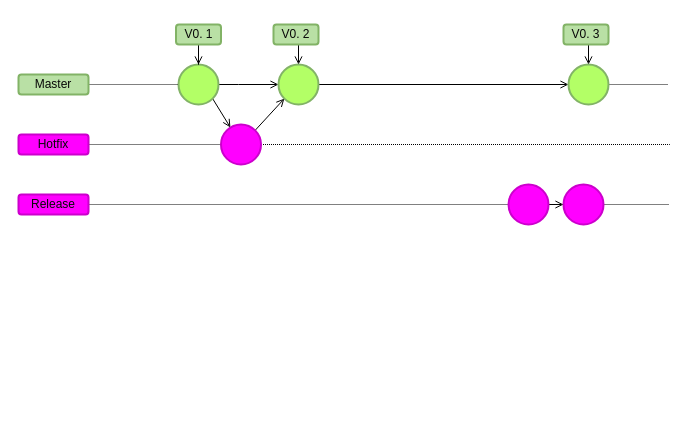
Earlier version of the draw.io diagram page "Page-2" (2 of 2) of Untitled Diagram.drawio (QuocDu2143515/Demo). Source tidied: cells renumbered, new cells numbered last; positions are measured from the earlier drawing's top-left corner, leaving out a move shared by most shapes. Both pictures are drawn from the tidied source at 100%, with x=0, y=0 at pixel (18, 24).
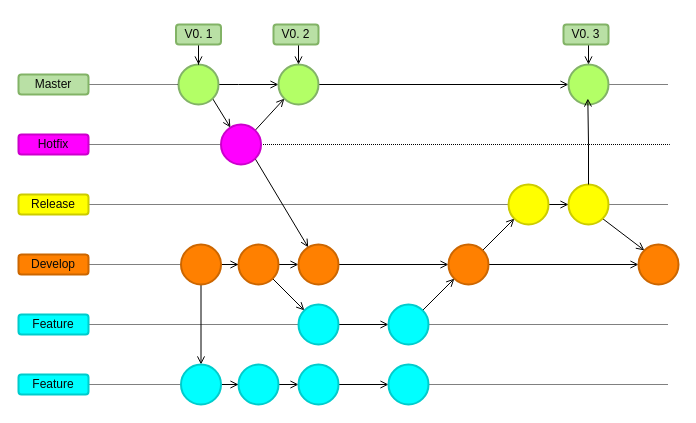
After the change.

Unchanged cells that the change refers to:
```xml
<mxCell id="15" style="ellipse;whiteSpace=wrap;html=1;fillColor=#B3FF66;strokeColor=#82B366;strokeWidth=2;" parent="1" vertex="1">
  <mxGeometry x="550" y="40" width="40" height="40" as="geometry" />
</mxCell>
<mxCell id="23" style="ellipse;whiteSpace=wrap;html=1;fillColor=#FF00FF;strokeColor=#CC00CC;strokeWidth=2;fontColor=#080808;rounded=1;shadow=0;gradientColor=none;gradientDirection=north;glass=0;fillStyle=auto;" parent="1" vertex="1">
  <mxGeometry x="202.5" y="100" width="40" height="40" as="geometry" />
</mxCell>
```

Diff of the diagram source:
```diff
@@
+    <mxCell id="30" style="rounded=0;jettySize=auto;html=1;exitX=1;exitY=1;exitDx=0;exitDy=0;endArrow=open;endFill=0;" parent="1" edge="1" source="23" target="42">
+      <mxGeometry relative="1" as="geometry" />
+    </mxCell>
@@
-    <mxCell id="25" value="Release" style="rounded=1;whiteSpace=wrap;html=1;fillColor=#FF00FF;strokeColor=#CC00CC;shadow=0;fontColor=#080808;gradientColor=none;gradientDirection=north;glass=0;fillStyle=auto;strokeWidth=2;" parent="1" vertex="1">
+    <mxCell id="25" value="Release" style="rounded=1;whiteSpace=wrap;html=1;fillColor=#FFFF00;strokeColor=#CCCC00;shadow=0;fontColor=#080808;gradientColor=none;gradientDirection=north;glass=0;fillStyle=auto;strokeWidth=2;" parent="1" vertex="1">
       <mxGeometry y="170" width="70" height="20" as="geometry" />
     </mxCell>
@@
+    <mxCell id="31" style="rounded=0;jettySize=auto;html=1;exitX=1;exitY=1;exitDx=0;exitDy=0;entryX=0;entryY=0;entryDx=0;entryDy=0;endArrow=open;endFill=0;" parent="1" edge="1" source="27" target="46">
+      <mxGeometry relative="1" as="geometry" />
+    </mxCell>
-    <mxCell id="27" style="ellipse;whiteSpace=wrap;html=1;fillColor=#FF00FF;strokeColor=#CC00CC;strokeWidth=2;fontColor=#080808;rounded=1;shadow=0;gradientColor=none;gradientDirection=north;glass=0;fillStyle=auto;" parent="1" vertex="1">
-      <mxGeometry x="545" y="160" width="40" height="40" as="geometry" />
+    <mxCell id="27" style="ellipse;whiteSpace=wrap;html=1;fillColor=#FFFF00;strokeColor=#CCCC00;strokeWidth=2;fontColor=#080808;rounded=1;shadow=0;gradientColor=none;gradientDirection=north;glass=0;fillStyle=auto;" parent="1" vertex="1">
+      <mxGeometry x="550" y="160" width="40" height="40" as="geometry" />
     </mxCell>
@@
-    <mxCell id="29" style="ellipse;whiteSpace=wrap;html=1;fillColor=#FF00FF;strokeColor=#CC00CC;strokeWidth=2;fontColor=#080808;rounded=1;shadow=0;gradientColor=none;gradientDirection=north;glass=0;fillStyle=auto;" parent="1" vertex="1">
+    <mxCell id="29" style="ellipse;whiteSpace=wrap;html=1;fillColor=#FFFF00;strokeColor=#CCCC00;strokeWidth=2;fontColor=#080808;rounded=1;shadow=0;gradientColor=none;gradientDirection=north;glass=0;fillStyle=auto;" parent="1" vertex="1">
       <mxGeometry x="490" y="160" width="40" height="40" as="geometry" />
     </mxCell>
+    <mxCell id="32" style="edgeStyle=orthogonalEdgeStyle;rounded=0;jettySize=auto;html=1;exitX=0.5;exitY=0;exitDx=0;exitDy=0;entryX=0.483;entryY=0.85;entryDx=0;entryDy=0;entryPerimeter=0;endArrow=open;endFill=0;" parent="1" edge="1" source="27" target="15">
+      <mxGeometry relative="1" as="geometry" />
+    </mxCell>
+    <mxCell id="33" style="edgeStyle=orthogonalEdgeStyle;rounded=0;jettySize=auto;html=1;exitX=1;exitY=0.5;exitDx=0;exitDy=0;entryX=0;entryY=0.5;entryDx=0;entryDy=0;endArrow=none;dashed=1;dashPattern=1 1;endFill=0;" parent="1" edge="1" source="34" target="37">
+      <mxGeometry relative="1" as="geometry" />
+    </mxCell>
+    <mxCell id="34" value="Develop" style="rounded=1;whiteSpace=wrap;html=1;fillColor=#FF8000;strokeColor=#CC6600;shadow=0;fontColor=#080808;gradientColor=none;gradientDirection=north;glass=0;fillStyle=auto;strokeWidth=2;" parent="1" vertex="1">
+      <mxGeometry y="230" width="70" height="20" as="geometry" />
+    </mxCell>
+    <mxCell id="35" style="edgeStyle=orthogonalEdgeStyle;rounded=0;jettySize=auto;html=1;exitX=1;exitY=0.5;exitDx=0;exitDy=0;endArrow=open;endFill=0;" parent="1" edge="1" source="37" target="40">
+      <mxGeometry relative="1" as="geometry" />
+    </mxCell>
+    <mxCell id="36" style="edgeStyle=orthogonalEdgeStyle;rounded=0;jettySize=auto;html=1;exitX=0.5;exitY=1;exitDx=0;exitDy=0;entryX=0.5;entryY=0;entryDx=0;entryDy=0;endArrow=open;endFill=0;" parent="1" edge="1" source="37" target="57">
+      <mxGeometry relative="1" as="geometry" />
+    </mxCell>
+    <mxCell id="37" style="ellipse;whiteSpace=wrap;html=1;fillColor=#FF8000;strokeColor=#CC6600;strokeWidth=2;fontColor=#080808;rounded=1;shadow=0;gradientColor=none;gradientDirection=north;glass=0;fillStyle=auto;" parent="1" vertex="1">
+      <mxGeometry x="162.5" y="220" width="40" height="40" as="geometry" />
+    </mxCell>
+    <mxCell id="38" style="edgeStyle=orthogonalEdgeStyle;rounded=0;jettySize=auto;html=1;exitX=1;exitY=0.5;exitDx=0;exitDy=0;entryX=0;entryY=0.5;entryDx=0;entryDy=0;endArrow=open;endFill=0;" parent="1" edge="1" source="40" target="42">
+      <mxGeometry relative="1" as="geometry" />
+    </mxCell>
+    <mxCell id="39" style="rounded=0;jettySize=auto;html=1;exitX=1;exitY=1;exitDx=0;exitDy=0;entryX=0;entryY=0;entryDx=0;entryDy=0;endArrow=open;endFill=0;" parent="1" edge="1" source="40" target="50">
+      <mxGeometry relative="1" as="geometry" />
+    </mxCell>
+    <mxCell id="40" style="ellipse;whiteSpace=wrap;html=1;fillColor=#FF8000;strokeColor=#CC6600;strokeWidth=2;fontColor=#080808;rounded=1;shadow=0;gradientColor=none;gradientDirection=north;glass=0;fillStyle=auto;" parent="1" vertex="1">
+      <mxGeometry x="220" y="220" width="40" height="40" as="geometry" />
+    </mxCell>
+    <mxCell id="41" style="edgeStyle=orthogonalEdgeStyle;rounded=0;jettySize=auto;html=1;exitX=1;exitY=0.5;exitDx=0;exitDy=0;entryX=0;entryY=0.5;entryDx=0;entryDy=0;endArrow=open;endFill=0;" parent="1" edge="1" source="42" target="45">
+      <mxGeometry relative="1" as="geometry" />
+    </mxCell>
+    <mxCell id="42" style="ellipse;whiteSpace=wrap;html=1;fillColor=#FF8000;strokeColor=#CC6600;strokeWidth=2;fontColor=#080808;rounded=1;shadow=0;gradientColor=none;gradientDirection=north;glass=0;fillStyle=auto;" parent="1" vertex="1">
+      <mxGeometry x="280" y="220" width="40" height="40" as="geometry" />
+    </mxCell>
+    <mxCell id="43" style="edgeStyle=orthogonalEdgeStyle;rounded=0;jettySize=auto;html=1;exitX=1;exitY=0.5;exitDx=0;exitDy=0;entryX=0;entryY=0.5;entryDx=0;entryDy=0;endArrow=open;endFill=0;" parent="1" edge="1" source="45" target="46">
+      <mxGeometry relative="1" as="geometry" />
+    </mxCell>
+    <mxCell id="44" style="rounded=0;jettySize=auto;html=1;exitX=1;exitY=0;exitDx=0;exitDy=0;entryX=0;entryY=1;entryDx=0;entryDy=0;endArrow=open;endFill=0;" parent="1" edge="1" source="45" target="29">
+      <mxGeometry relative="1" as="geometry" />
+    </mxCell>
+    <mxCell id="45" style="ellipse;whiteSpace=wrap;html=1;fillColor=#FF8000;strokeColor=#CC6600;strokeWidth=2;fontColor=#080808;rounded=1;shadow=0;gradientColor=none;gradientDirection=north;glass=0;fillStyle=auto;" parent="1" vertex="1">
+      <mxGeometry x="430" y="220" width="40" height="40" as="geometry" />
+    </mxCell>
+    <mxCell id="46" style="ellipse;whiteSpace=wrap;html=1;fillColor=#FF8000;strokeColor=#CC6600;strokeWidth=2;fontColor=#080808;rounded=1;shadow=0;gradientColor=none;gradientDirection=north;glass=0;fillStyle=auto;" parent="1" vertex="1">
+      <mxGeometry x="620" y="220" width="40" height="40" as="geometry" />
+    </mxCell>
+    <mxCell id="47" style="edgeStyle=orthogonalEdgeStyle;rounded=0;jettySize=auto;html=1;exitX=1;exitY=0.5;exitDx=0;exitDy=0;entryX=0;entryY=0.5;entryDx=0;entryDy=0;endArrow=none;dashed=1;dashPattern=1 1;endFill=0;" parent="1" edge="1" source="48" target="50">
+      <mxGeometry relative="1" as="geometry" />
+    </mxCell>
+    <mxCell id="48" value="Feature" style="rounded=1;whiteSpace=wrap;html=1;fillColor=#00FFFF;strokeColor=#00CCCC;shadow=0;fontColor=#080808;gradientColor=none;gradientDirection=north;glass=0;fillStyle=auto;strokeWidth=2;" parent="1" vertex="1">
+      <mxGeometry y="290" width="70" height="20" as="geometry" />
+    </mxCell>
+    <mxCell id="49" style="edgeStyle=orthogonalEdgeStyle;rounded=0;jettySize=auto;html=1;exitX=1;exitY=0.5;exitDx=0;exitDy=0;entryX=0;entryY=0.5;entryDx=0;entryDy=0;endArrow=open;endFill=0;" parent="1" edge="1" source="50" target="53">
+      <mxGeometry relative="1" as="geometry" />
+    </mxCell>
+    <mxCell id="50" style="ellipse;whiteSpace=wrap;html=1;fillColor=#00FFFF;strokeColor=#00CCCC;strokeWidth=2;fontColor=#080808;rounded=1;shadow=0;gradientColor=none;gradientDirection=north;glass=0;fillStyle=auto;" parent="1" vertex="1">
+      <mxGeometry x="280" y="280" width="40" height="40" as="geometry" />
+    </mxCell>
+    <mxCell id="51" style="edgeStyle=orthogonalEdgeStyle;rounded=0;jettySize=auto;html=1;exitX=1;exitY=0.5;exitDx=0;exitDy=0;endArrow=none;dashed=1;dashPattern=1 1;endFill=0;" parent="1" edge="1" source="53">
+      <mxGeometry relative="1" as="geometry">
+        <mxPoint x="650" y="300" as="targetPoint" />
+      </mxGeometry>
+    </mxCell>
+    <mxCell id="52" style="rounded=0;jettySize=auto;html=1;exitX=1;exitY=0;exitDx=0;exitDy=0;entryX=0;entryY=1;entryDx=0;entryDy=0;endArrow=open;endFill=0;" parent="1" edge="1" source="53" target="45">
+      <mxGeometry relative="1" as="geometry" />
+    </mxCell>
+    <mxCell id="53" style="ellipse;whiteSpace=wrap;html=1;fillColor=#00FFFF;strokeColor=#00CCCC;strokeWidth=2;fontColor=#080808;rounded=1;shadow=0;gradientColor=none;gradientDirection=north;glass=0;fillStyle=auto;" parent="1" vertex="1">
+      <mxGeometry x="370" y="280" width="40" height="40" as="geometry" />
+    </mxCell>
+    <mxCell id="54" style="edgeStyle=orthogonalEdgeStyle;rounded=0;jettySize=auto;html=1;exitX=1;exitY=0.5;exitDx=0;exitDy=0;endArrow=none;dashed=1;dashPattern=1 1;endFill=0;" parent="1" edge="1" source="55" target="57">
+      <mxGeometry relative="1" as="geometry" />
+    </mxCell>
+    <mxCell id="55" value="Feature" style="rounded=1;whiteSpace=wrap;html=1;fillColor=#00FFFF;strokeColor=#00CCCC;shadow=0;fontColor=#080808;gradientColor=none;gradientDirection=north;glass=0;fillStyle=auto;strokeWidth=2;" parent="1" vertex="1">
+      <mxGeometry y="350" width="70" height="20" as="geometry" />
+    </mxCell>
+    <mxCell id="56" style="edgeStyle=orthogonalEdgeStyle;rounded=0;jettySize=auto;html=1;exitX=1;exitY=0.5;exitDx=0;exitDy=0;endArrow=open;endFill=0;" parent="1" edge="1" source="57" target="59">
+      <mxGeometry relative="1" as="geometry" />
+    </mxCell>
+    <mxCell id="57" style="ellipse;whiteSpace=wrap;html=1;fillColor=#00FFFF;strokeColor=#00CCCC;strokeWidth=2;fontColor=#080808;rounded=1;shadow=0;gradientColor=none;gradientDirection=north;glass=0;fillStyle=auto;" parent="1" vertex="1">
+      <mxGeometry x="162.5" y="340" width="40" height="40" as="geometry" />
+    </mxCell>
+    <mxCell id="58" style="edgeStyle=orthogonalEdgeStyle;rounded=0;jettySize=auto;html=1;exitX=1;exitY=0.5;exitDx=0;exitDy=0;entryX=0;entryY=0.5;entryDx=0;entryDy=0;endArrow=open;endFill=0;" parent="1" edge="1" source="59" target="61">
+      <mxGeometry relative="1" as="geometry" />
+    </mxCell>
+    <mxCell id="59" style="ellipse;whiteSpace=wrap;html=1;fillColor=#00FFFF;strokeColor=#00CCCC;strokeWidth=2;fontColor=#080808;rounded=1;shadow=0;gradientColor=none;gradientDirection=north;glass=0;fillStyle=auto;" parent="1" vertex="1">
+      <mxGeometry x="220" y="340" width="40" height="40" as="geometry" />
+    </mxCell>
+    <mxCell id="60" style="edgeStyle=orthogonalEdgeStyle;rounded=0;jettySize=auto;html=1;exitX=1;exitY=0.5;exitDx=0;exitDy=0;entryX=0;entryY=0.5;entryDx=0;entryDy=0;endArrow=open;endFill=0;" parent="1" edge="1" source="61" target="63">
+      <mxGeometry relative="1" as="geometry" />
+    </mxCell>
+    <mxCell id="61" style="ellipse;whiteSpace=wrap;html=1;fillColor=#00FFFF;strokeColor=#00CCCC;strokeWidth=2;fontColor=#080808;rounded=1;shadow=0;gradientColor=none;gradientDirection=north;glass=0;fillStyle=auto;" parent="1" vertex="1">
+      <mxGeometry x="280" y="340" width="40" height="40" as="geometry" />
+    </mxCell>
+    <mxCell id="62" style="edgeStyle=orthogonalEdgeStyle;rounded=0;jettySize=auto;html=1;exitX=1;exitY=0.5;exitDx=0;exitDy=0;endArrow=none;dashed=1;dashPattern=1 1;endFill=0;" parent="1" edge="1" source="63">
+      <mxGeometry relative="1" as="geometry">
+        <mxPoint x="650" y="360" as="targetPoint" />
+      </mxGeometry>
+    </mxCell>
+    <mxCell id="63" style="ellipse;whiteSpace=wrap;html=1;fillColor=#00FFFF;strokeColor=#00CCCC;strokeWidth=2;fontColor=#080808;rounded=1;shadow=0;gradientColor=none;gradientDirection=north;glass=0;fillStyle=auto;" parent="1" vertex="1">
+      <mxGeometry x="370" y="340" width="40" height="40" as="geometry" />
+    </mxCell>
```
